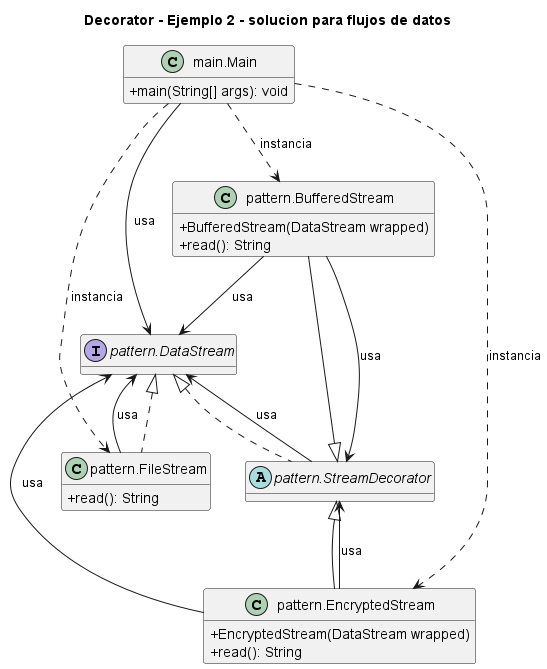
NicoCG32/Patrones-de-Software-y-Programacion-UCN keeps this PlantUML diagram as 2. Estructurales/Decorator/Ejemplo 2 - solucion para flujos de datos/UML.png. Above is the earlier version.
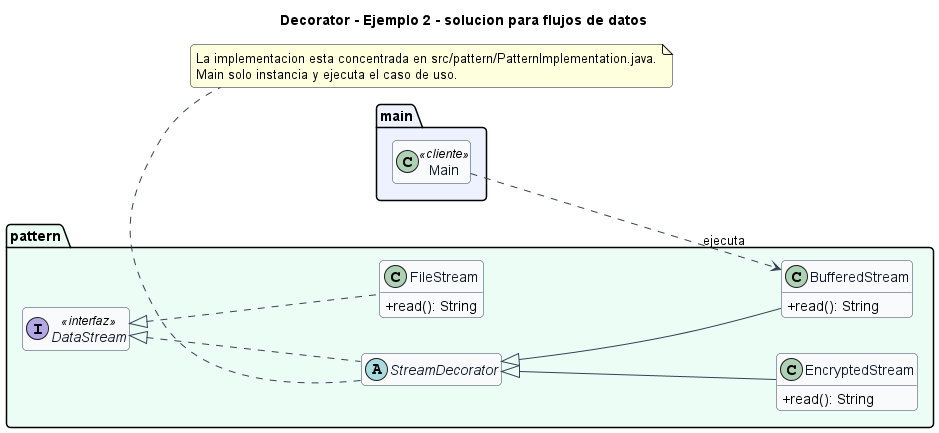
Later version of the same file.

The edit, as a diff of the source:
```diff
@@ -1,37 +1,46 @@
 @startuml
 title Decorator - Ejemplo 2 - solucion para flujos de datos
+left to right direction
+skinparam backgroundColor #FFFFFF
+skinparam shadowing false
+skinparam roundcorner 8
 skinparam classAttributeIconSize 0
-hide empty fields
-class "main.Main" as main_Main {
-  +main(String[] args): void
+skinparam class {
+  BackgroundColor #F8FAFC
+  BorderColor #334155
+  ArrowColor #334155
+  FontColor #0F172A
 }
-class "pattern.BufferedStream" as pattern_BufferedStream {
-  +BufferedStream(DataStream wrapped)
-  +read(): String
+hide empty members
+
+package "main" #EEF2FF {
+  class Main <<cliente>>
 }
-interface "pattern.DataStream" as pattern_DataStream {
+
+package "pattern" #ECFDF5 {
+  class BufferedStream {
+    +read(): String
+  }
+  interface DataStream <<interfaz>> {
+  }
+  class EncryptedStream {
+    +read(): String
+  }
+  class FileStream {
+    +read(): String
+  }
+  abstract class StreamDecorator {
+  }
 }
-class "pattern.EncryptedStream" as pattern_EncryptedStream {
-  +EncryptedStream(DataStream wrapped)
-  +read(): String
-}
-class "pattern.FileStream" as pattern_FileStream {
-  +read(): String
-}
-abstract class "pattern.StreamDecorator" as pattern_StreamDecorator {
-}
-pattern_StreamDecorator <|-- pattern_BufferedStream
-pattern_StreamDecorator <|-- pattern_EncryptedStream
-pattern_DataStream <|.. pattern_FileStream
-pattern_DataStream <|.. pattern_StreamDecorator
-main_Main ..> pattern_BufferedStream : instancia
-main_Main --> pattern_DataStream : usa
-main_Main ..> pattern_EncryptedStream : instancia
-main_Main ..> pattern_FileStream : instancia
-pattern_BufferedStream --> pattern_DataStream : usa
-pattern_BufferedStream --> pattern_StreamDecorator : usa
-pattern_EncryptedStream --> pattern_DataStream : usa
-pattern_EncryptedStream --> pattern_StreamDecorator : usa
-pattern_FileStream --> pattern_DataStream : usa
-pattern_StreamDecorator --> pattern_DataStream : usa
+
+StreamDecorator <|-- BufferedStream
+StreamDecorator <|-- EncryptedStream
+DataStream <|.. FileStream
+DataStream <|.. StreamDecorator
+Main ..> BufferedStream : ejecuta
+
+note bottom
+La implementacion esta concentrada en src/pattern/PatternImplementation.java.
+Main solo instancia y ejecuta el caso de uso.
+end note
 @enduml
```
